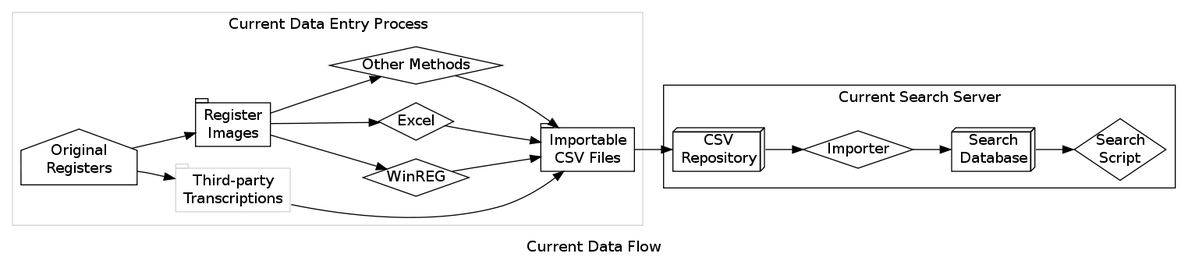
This is doc/design/data_flow/approach/current2.png from FreeUKGen/MyopicVicar, a Graphviz export, as it was before one commit. Its source is kept beside it as doc/design/data_flow/approach/current2.dot.
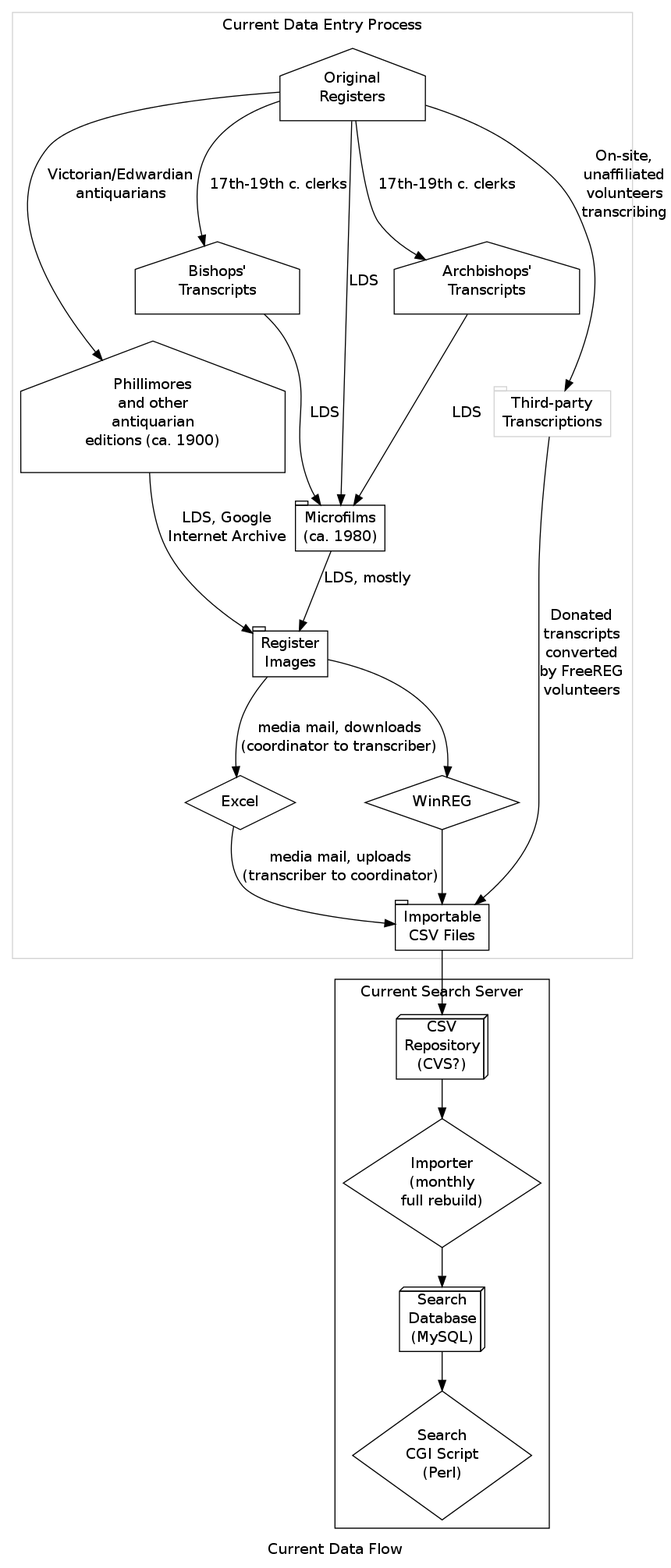
The same diagram one commit later.

Commit message:
New nodes for complexity

Change to the diagram source:
```diff
@@ -2,27 +2,34 @@
 	label="Current Data Flow"
 
 
-	rankdir="LR";
 	subgraph cluster_2 {
 		color=lightgrey;
 
 		registers [label="Original\nRegisters",shape="house"];
+		bt_registers [label="Bishops'\nTranscripts",shape="house"];
+		at_registers [label="Archbishops'\nTranscripts",shape="house"];
+		phillimores [label="Phillimores\nand other\nantiquarian\neditions (ca. 1900)",shape="house"];
 		externaltranscripts [label="Third-party\nTranscriptions",shape="tab",color=lightgrey];
-		registers->externaltranscripts;
+		registers->externaltranscripts [label="On-site,\nunaffiliated\nvolunteers\ntranscribing"];
+		registers->phillimores [label="Victorian/Edwardian\nantiquarians"];
+		registers->bt_registers [label="17th-19th c. clerks"];
+		registers->at_registers [label="17th-19th c. clerks"];
+		microfilms [label="Microfilms\n(ca. 1980)",shape="tab"];
 		images [label="Register\nImages",shape="tab"];
-		registers->images;
+		microfilms->images [label="LDS, mostly"];
+		phillimores->images[label="LDS, Google\nInternet Archive"];
+		bt_registers->microfilms [label="LDS"];
+		at_registers->microfilms [label="LDS"];
+		registers->microfilms [label="LDS"];
 
 		winreg [label="WinREG",shape="diamond"];
 		excel [label="Excel",shape="diamond"];
-		other [label="Other Methods",shape="diamond"];
 		images -> winreg;
-		images -> excel;
-		images -> other;
+		images -> excel [label="media mail, downloads\n(coordinator to transcriber)"];
 		csvs [label="Importable\nCSV Files",shape="tab"];
 		winreg -> csvs;
-		excel -> csvs;
-		other -> csvs;
-		externaltranscripts -> csvs;
+		excel -> csvs [label="media mail, uploads\n(transcriber to coordinator)"];
+		externaltranscripts -> csvs [label="Donated\ntranscripts\nconverted\nby FreeREG\nvolunteers"];
 
 		label="Current Data Entry Process";
 	}
@@ -30,10 +37,10 @@
 
 
 	subgraph cluster_0 {
-		csvrepository [label="CSV\nRepository",shape="box3d"];
-		importer [label="Importer",shape="diamond"];
-		database [label="Search\nDatabase",shape="box3d"];
-		search [label="Search\nScript",shape="diamond"];
+		csvrepository [label="CSV\nRepository\n(CVS?)",shape="box3d"];
+		importer [label="Importer\n(monthly\nfull rebuild)",shape="diamond"];
+		database [label="Search\nDatabase\n(MySQL)",shape="box3d"];
+		search [label="Search\nCGI Script\n(Perl)",shape="diamond"];
 		csvrepository -> importer;
 		importer -> database;
 		database -> search;
```
